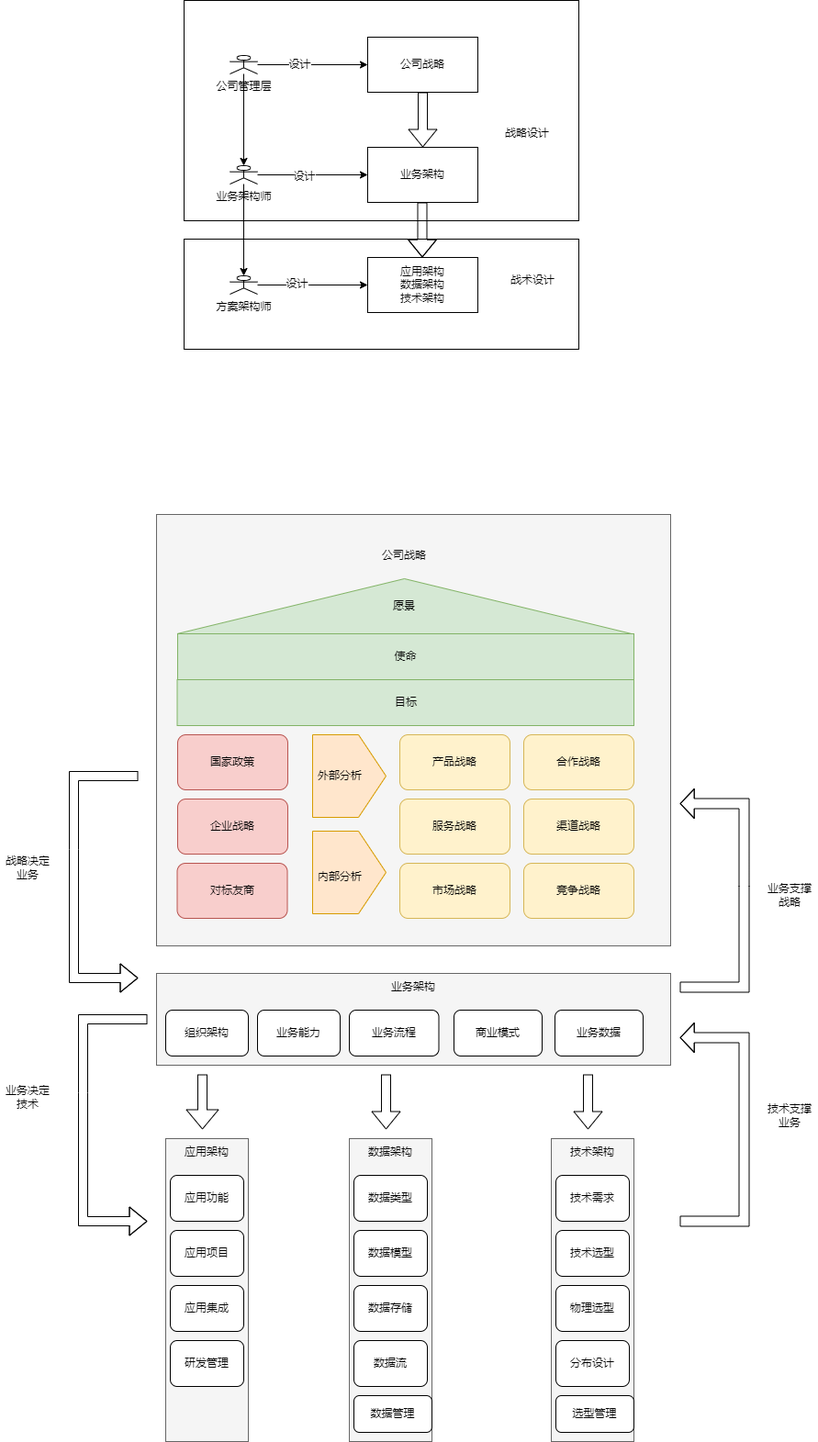
Earlier version of the draw.io export doc/business_architect.png (suibianlx/business_architect). Source tidied: cells renumbered, new cells last; positions are measured from the earlier drawing's top-left corner, leaving out a move shared by most shapes.
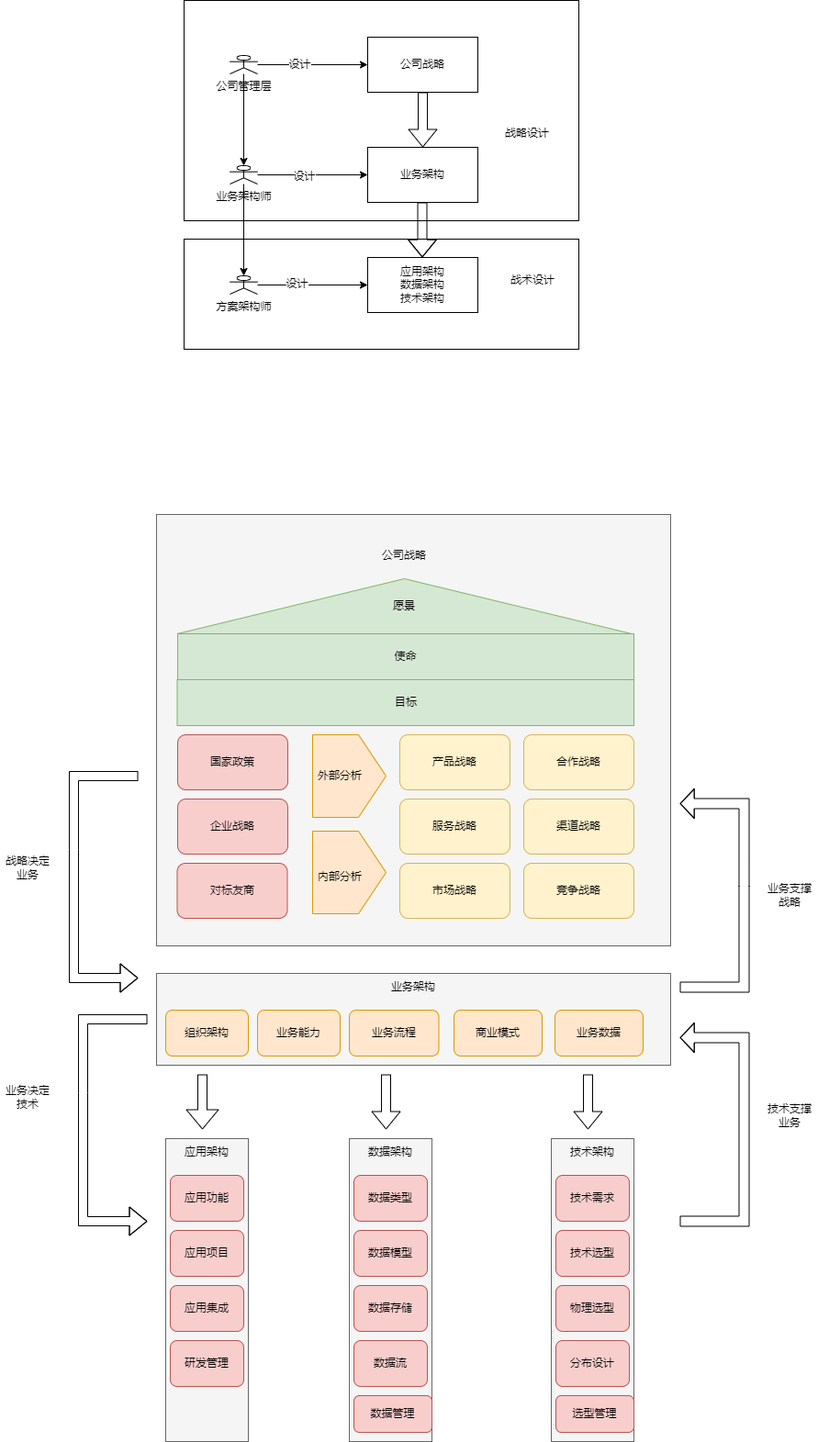
The same diagram one commit later.

What changed in the source:
```diff
@@ -128,19 +128,19 @@
     <mxCell id="41" style="rounded=0;whiteSpace=wrap;html=1;fillColor=#f5f5f5;fontColor=#333333;strokeColor=#666666;" parent="1" vertex="1">
       <mxGeometry x="170" y="1060" width="560" height="100" as="geometry" />
     </mxCell>
-    <mxCell id="42" value="组织架构" style="rounded=1;whiteSpace=wrap;html=1;" parent="1" vertex="1">
+    <mxCell id="42" value="组织架构" style="rounded=1;whiteSpace=wrap;html=1;fillColor=#ffe6cc;strokeColor=#d79b00;" parent="1" vertex="1">
       <mxGeometry x="180" y="1100" width="90" height="50" as="geometry" />
     </mxCell>
-    <mxCell id="43" value="业务能力" style="rounded=1;whiteSpace=wrap;html=1;" parent="1" vertex="1">
+    <mxCell id="43" value="业务能力" style="rounded=1;whiteSpace=wrap;html=1;fillColor=#ffe6cc;strokeColor=#d79b00;" parent="1" vertex="1">
       <mxGeometry x="280" y="1100" width="90" height="50" as="geometry" />
     </mxCell>
-    <mxCell id="44" value="业务流程" style="rounded=1;whiteSpace=wrap;html=1;" parent="1" vertex="1">
+    <mxCell id="44" value="业务流程" style="rounded=1;whiteSpace=wrap;html=1;fillColor=#ffe6cc;strokeColor=#d79b00;" parent="1" vertex="1">
       <mxGeometry x="380" y="1100" width="97.5" height="50" as="geometry" />
     </mxCell>
-    <mxCell id="45" value="商业模式" style="rounded=1;whiteSpace=wrap;html=1;" parent="1" vertex="1">
+    <mxCell id="45" value="商业模式" style="rounded=1;whiteSpace=wrap;html=1;fillColor=#ffe6cc;strokeColor=#d79b00;" parent="1" vertex="1">
       <mxGeometry x="494" y="1100" width="96" height="50" as="geometry" />
     </mxCell>
-    <mxCell id="46" value="业务数据" style="rounded=1;whiteSpace=wrap;html=1;" parent="1" vertex="1">
+    <mxCell id="46" value="业务数据" style="rounded=1;whiteSpace=wrap;html=1;fillColor=#ffe6cc;strokeColor=#d79b00;" parent="1" vertex="1">
       <mxGeometry x="604" y="1100" width="96" height="50" as="geometry" />
     </mxCell>
     <mxCell id="47" value="业务架构" style="text;html=1;strokeColor=none;fillColor=none;align=center;verticalAlign=middle;whiteSpace=wrap;rounded=0;" parent="1" vertex="1">
@@ -152,16 +152,16 @@
     <mxCell id="49" style="rounded=0;whiteSpace=wrap;html=1;fillColor=#f5f5f5;fontColor=#333333;strokeColor=#666666;" parent="48" vertex="1">
       <mxGeometry width="90" height="330" as="geometry" />
     </mxCell>
-    <mxCell id="50" value="应用功能" style="rounded=1;whiteSpace=wrap;html=1;" parent="48" vertex="1">
+    <mxCell id="50" value="应用功能" style="rounded=1;whiteSpace=wrap;html=1;fillColor=#f8cecc;strokeColor=#b85450;" parent="48" vertex="1">
       <mxGeometry x="5" y="40" width="80" height="50" as="geometry" />
     </mxCell>
-    <mxCell id="51" value="应用项目" style="rounded=1;whiteSpace=wrap;html=1;" parent="48" vertex="1">
+    <mxCell id="51" value="应用项目" style="rounded=1;whiteSpace=wrap;html=1;fillColor=#f8cecc;strokeColor=#b85450;" parent="48" vertex="1">
       <mxGeometry x="5" y="100" width="80" height="50" as="geometry" />
     </mxCell>
-    <mxCell id="52" value="应用集成" style="rounded=1;whiteSpace=wrap;html=1;" parent="48" vertex="1">
+    <mxCell id="52" value="应用集成" style="rounded=1;whiteSpace=wrap;html=1;fillColor=#f8cecc;strokeColor=#b85450;" parent="48" vertex="1">
       <mxGeometry x="5" y="160" width="80" height="50" as="geometry" />
     </mxCell>
-    <mxCell id="53" value="研发管理" style="rounded=1;whiteSpace=wrap;html=1;" parent="48" vertex="1">
+    <mxCell id="53" value="研发管理" style="rounded=1;whiteSpace=wrap;html=1;fillColor=#f8cecc;strokeColor=#b85450;" parent="48" vertex="1">
       <mxGeometry x="5" y="220" width="80" height="50" as="geometry" />
     </mxCell>
     <mxCell id="54" value="应用架构" style="text;html=1;strokeColor=none;fillColor=none;align=center;verticalAlign=middle;whiteSpace=wrap;rounded=0;" parent="48" vertex="1">
@@ -173,22 +173,22 @@
     <mxCell id="56" style="rounded=0;whiteSpace=wrap;html=1;fillColor=#f5f5f5;fontColor=#333333;strokeColor=#666666;" parent="55" vertex="1">
       <mxGeometry width="90" height="330" as="geometry" />
     </mxCell>
-    <mxCell id="57" value="数据类型" style="rounded=1;whiteSpace=wrap;html=1;" parent="55" vertex="1">
+    <mxCell id="57" value="数据类型" style="rounded=1;whiteSpace=wrap;html=1;fillColor=#f8cecc;strokeColor=#b85450;" parent="55" vertex="1">
       <mxGeometry x="5" y="40" width="80" height="50" as="geometry" />
     </mxCell>
-    <mxCell id="58" value="数据模型" style="rounded=1;whiteSpace=wrap;html=1;" parent="55" vertex="1">
+    <mxCell id="58" value="数据模型" style="rounded=1;whiteSpace=wrap;html=1;fillColor=#f8cecc;strokeColor=#b85450;" parent="55" vertex="1">
       <mxGeometry x="5" y="100" width="80" height="50" as="geometry" />
     </mxCell>
-    <mxCell id="59" value="数据存储" style="rounded=1;whiteSpace=wrap;html=1;" parent="55" vertex="1">
+    <mxCell id="59" value="数据存储" style="rounded=1;whiteSpace=wrap;html=1;fillColor=#f8cecc;strokeColor=#b85450;" parent="55" vertex="1">
       <mxGeometry x="5" y="160" width="80" height="50" as="geometry" />
     </mxCell>
-    <mxCell id="60" value="数据流" style="rounded=1;whiteSpace=wrap;html=1;" parent="55" vertex="1">
+    <mxCell id="60" value="数据流" style="rounded=1;whiteSpace=wrap;html=1;fillColor=#f8cecc;strokeColor=#b85450;" parent="55" vertex="1">
       <mxGeometry x="5" y="220" width="80" height="50" as="geometry" />
     </mxCell>
     <mxCell id="61" value="数据架构" style="text;html=1;strokeColor=none;fillColor=none;align=center;verticalAlign=middle;whiteSpace=wrap;rounded=0;" parent="55" vertex="1">
       <mxGeometry x="15" width="60" height="30" as="geometry" />
     </mxCell>
-    <mxCell id="62" value="数据管理" style="rounded=1;whiteSpace=wrap;html=1;" parent="55" vertex="1">
+    <mxCell id="62" value="数据管理" style="rounded=1;whiteSpace=wrap;html=1;fillColor=#f8cecc;strokeColor=#b85450;" parent="55" vertex="1">
       <mxGeometry x="5" y="280" width="85" height="40" as="geometry" />
     </mxCell>
     <mxCell id="63" style="shape=flexArrow;endArrow=classic;html=1;rounded=0;endWidth=24;endSize=6.67;" parent="1" edge="1">
@@ -209,22 +209,22 @@
     <mxCell id="66" style="rounded=0;whiteSpace=wrap;html=1;fillColor=#f5f5f5;fontColor=#333333;strokeColor=#666666;" parent="65" vertex="1">
       <mxGeometry width="90" height="330" as="geometry" />
     </mxCell>
-    <mxCell id="67" value="技术需求" style="rounded=1;whiteSpace=wrap;html=1;" parent="65" vertex="1">
+    <mxCell id="67" value="技术需求" style="rounded=1;whiteSpace=wrap;html=1;fillColor=#f8cecc;strokeColor=#b85450;" parent="65" vertex="1">
       <mxGeometry x="5" y="40" width="80" height="50" as="geometry" />
     </mxCell>
-    <mxCell id="68" value="技术选型" style="rounded=1;whiteSpace=wrap;html=1;" parent="65" vertex="1">
+    <mxCell id="68" value="技术选型" style="rounded=1;whiteSpace=wrap;html=1;fillColor=#f8cecc;strokeColor=#b85450;" parent="65" vertex="1">
       <mxGeometry x="5" y="100" width="80" height="50" as="geometry" />
     </mxCell>
-    <mxCell id="69" value="物理选型" style="rounded=1;whiteSpace=wrap;html=1;" parent="65" vertex="1">
+    <mxCell id="69" value="物理选型" style="rounded=1;whiteSpace=wrap;html=1;fillColor=#f8cecc;strokeColor=#b85450;" parent="65" vertex="1">
       <mxGeometry x="5" y="160" width="80" height="50" as="geometry" />
     </mxCell>
-    <mxCell id="70" value="分布设计" style="rounded=1;whiteSpace=wrap;html=1;" parent="65" vertex="1">
+    <mxCell id="70" value="分布设计" style="rounded=1;whiteSpace=wrap;html=1;fillColor=#f8cecc;strokeColor=#b85450;" parent="65" vertex="1">
       <mxGeometry x="5" y="220" width="80" height="50" as="geometry" />
     </mxCell>
     <mxCell id="71" value="技术架构" style="text;html=1;strokeColor=none;fillColor=none;align=center;verticalAlign=middle;whiteSpace=wrap;rounded=0;" parent="65" vertex="1">
       <mxGeometry x="15" width="60" height="30" as="geometry" />
     </mxCell>
-    <mxCell id="72" value="选型管理" style="rounded=1;whiteSpace=wrap;html=1;" parent="65" vertex="1">
+    <mxCell id="72" value="选型管理" style="rounded=1;whiteSpace=wrap;html=1;fillColor=#f8cecc;strokeColor=#b85450;" parent="65" vertex="1">
       <mxGeometry x="5" y="280" width="85" height="40" as="geometry" />
     </mxCell>
     <mxCell id="73" style="shape=flexArrow;endArrow=classic;html=1;rounded=0;" parent="1" edge="1">
```
